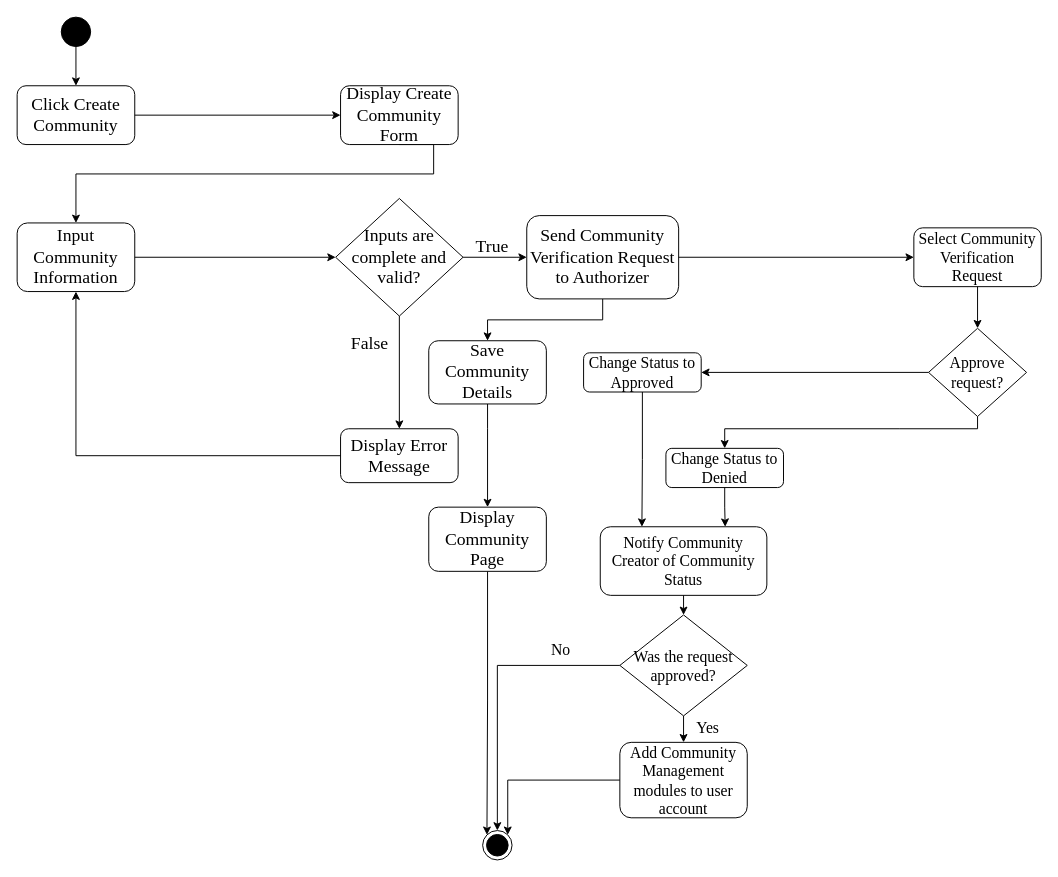
This is page "CommunityCreation" (5 of 11) of ConnexUs_Chap3.drawio from gvillanueva01/ConnexUs_diagrams, a draw.io file, before an edit. Source tidied: cells renumbered, new cells numbered last; positions are measured from the earlier drawing's top-left corner, leaving out a move shared by most shapes. Both pictures are drawn from the tidied source at 98%, with x=0, y=0 at pixel (17, 17).
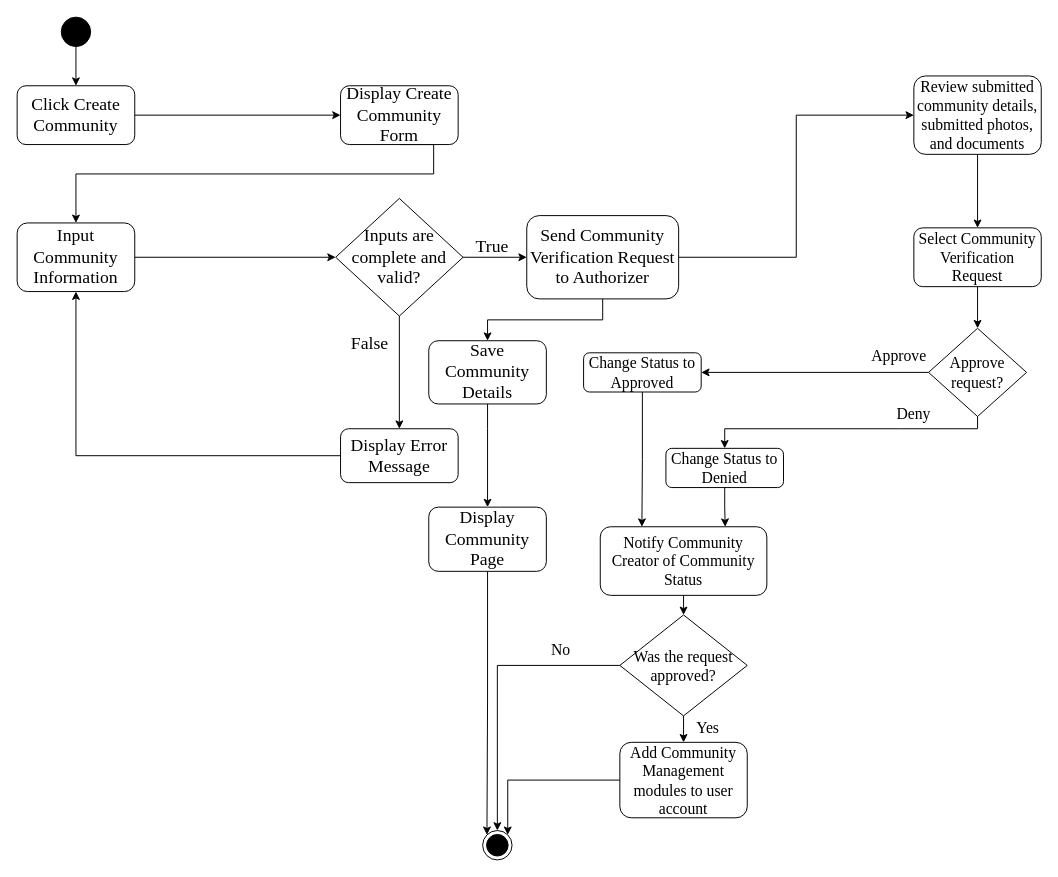
After the change.

The change refers to these unchanged cells:
```xml
<mxCell id="14" value="Send Community Verification Request to Authorizer" style="rounded=1;whiteSpace=wrap;html=1;fontFamily=Times New Roman;fontSize=18;" parent="1" vertex="1">
  <mxGeometry x="520" y="202.5" width="155" height="85" as="geometry" />
</mxCell>
<mxCell id="24" value="Select Community Verification Request" style="rounded=1;whiteSpace=wrap;html=1;fontFamily=Times New Roman;fontSize=16;" parent="1" vertex="1">
  <mxGeometry x="915" y="215" width="130" height="60" as="geometry" />
</mxCell>
```

Change to the diagram source:
```diff
@@
-    <mxCell id="25" style="edgeStyle=orthogonalEdgeStyle;rounded=0;jettySize=auto;html=1;entryX=0;entryY=0.5;entryDx=0;entryDy=0;fontSize=18;exitX=1;exitY=0.5;exitDx=0;exitDy=0;" parent="1" edge="1" source="14" target="24">
+    <mxCell id="25" style="edgeStyle=orthogonalEdgeStyle;rounded=0;jettySize=auto;html=1;entryX=0;entryY=0.5;entryDx=0;entryDy=0;fontSize=18;exitX=1;exitY=0.5;exitDx=0;exitDy=0;" parent="1" edge="1" source="14" target="43">
       <mxGeometry relative="1" as="geometry" />
     </mxCell>
@@
+    <mxCell id="43" value="Review submitted community details, submitted photos, and documents" style="rounded=1;whiteSpace=wrap;html=1;fontFamily=Times New Roman;fontSize=16;" parent="1" vertex="1">
+      <mxGeometry x="915" y="60" width="130" height="80" as="geometry" />
+    </mxCell>
+    <mxCell id="44" style="edgeStyle=orthogonalEdgeStyle;rounded=0;jettySize=auto;html=1;fontSize=18;exitX=0.5;exitY=1;exitDx=0;exitDy=0;entryX=0.5;entryY=0;entryDx=0;entryDy=0;" parent="1" edge="1" source="43" target="24">
+      <mxGeometry relative="1" as="geometry" />
+    </mxCell>
+    <mxCell id="45" value="Approve" style="text;html=1;strokeColor=none;fillColor=none;align=center;verticalAlign=middle;whiteSpace=wrap;rounded=0;fontFamily=Times New Roman;fontSize=16;" parent="1" vertex="1">
+      <mxGeometry x="870" y="330.2" width="60" height="30" as="geometry" />
+    </mxCell>
+    <mxCell id="46" value="Deny" style="text;html=1;strokeColor=none;fillColor=none;align=center;verticalAlign=middle;whiteSpace=wrap;rounded=0;fontFamily=Times New Roman;fontSize=16;" parent="1" vertex="1">
+      <mxGeometry x="885" y="390" width="60" height="30" as="geometry" />
+    </mxCell>
```
